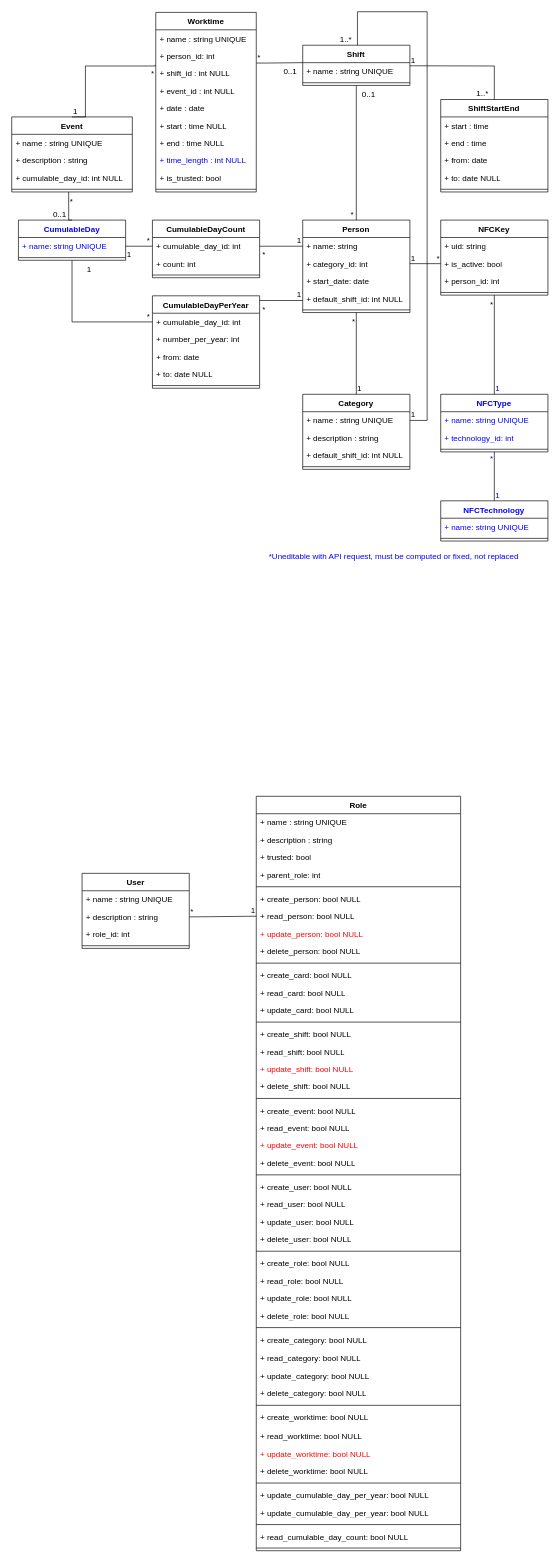
Before: TimeManagerMLD.drawio in FrShao/TimeManager, a draw.io diagram. Source tidied: cells renumbered, new cells numbered last; positions are measured from the earlier drawing's top-left corner, leaving out a move shared by most shapes. Both pictures are drawn from the tidied source at 67%, with x=0, y=0 at pixel (11, 11).
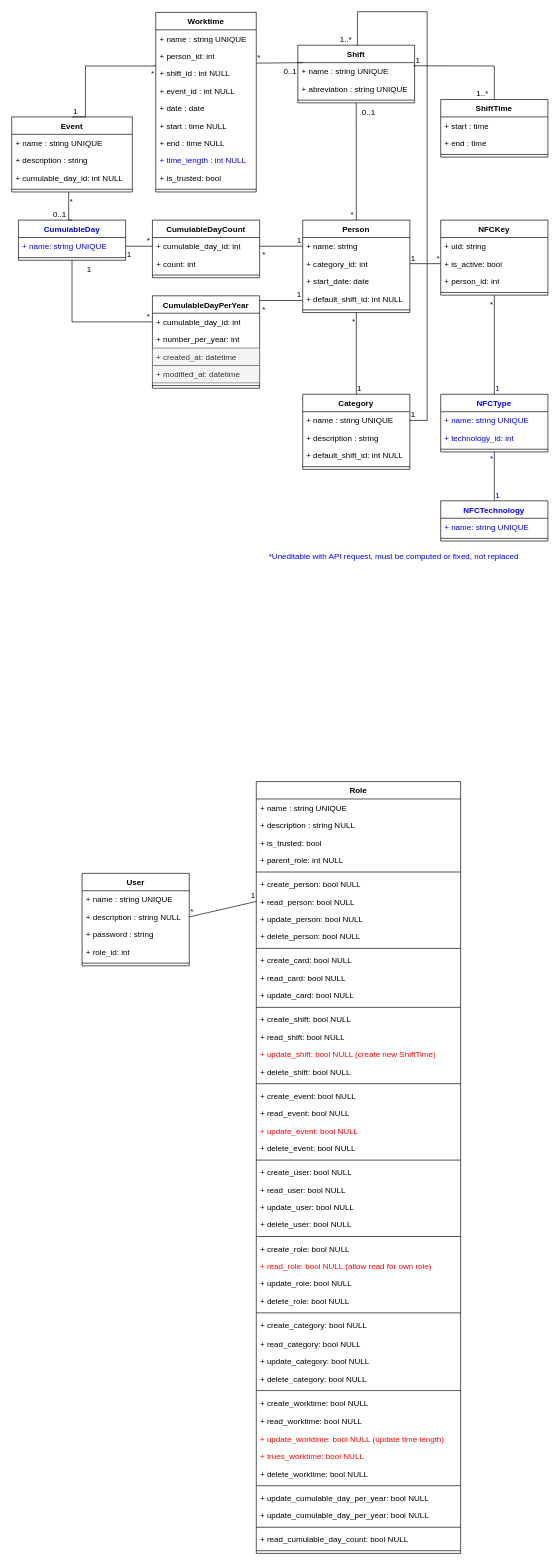
Above is the later version.

Commit message:
Mettre à jour TimeManagerMLD.drawio

Unchanged cells that the change refers to:
```xml
<mxCell id="127" value="CumulableDayPerYear" style="swimlane;fontStyle=1;align=center;verticalAlign=top;horizontal=1;startSize=26;whiteSpace=wrap;html=1;" parent="1" vertex="1">
  <mxGeometry x="210" y="424" width="160" height="138" as="geometry" />
</mxCell>
```

Diff of the diagram source:
```diff
@@
     <mxCell id="13" value="Role" style="swimlane;fontStyle=1;align=center;verticalAlign=top;horizontal=1;startSize=26;whiteSpace=wrap;html=1;" parent="1" vertex="1">
-      <mxGeometry x="365" y="1171" width="305" height="1126" as="geometry" />
+      <mxGeometry x="365" y="1149" width="305" height="1152" as="geometry" />
     </mxCell>
@@
-    <mxCell id="15" value="+ description : string" style="text;strokeColor=none;fillColor=none;align=left;verticalAlign=top;spacingLeft=4;spacingRight=4;overflow=hidden;whiteSpace=wrap;html=1;" parent="13" vertex="1">
+    <mxCell id="15" value="+ description : string NULL" style="text;strokeColor=none;fillColor=none;align=left;verticalAlign=top;spacingLeft=4;spacingRight=4;overflow=hidden;whiteSpace=wrap;html=1;" parent="13" vertex="1">
       <mxGeometry y="52" width="305" height="26" as="geometry" />
     </mxCell>
-    <mxCell id="16" value="+ trusted: bool" style="text;strokeColor=none;fillColor=none;align=left;verticalAlign=top;spacingLeft=4;spacingRight=4;overflow=hidden;whiteSpace=wrap;html=1;" parent="13" vertex="1">
+    <mxCell id="16" value="+ is_trusted: bool" style="text;strokeColor=none;fillColor=none;align=left;verticalAlign=top;spacingLeft=4;spacingRight=4;overflow=hidden;whiteSpace=wrap;html=1;" parent="13" vertex="1">
       <mxGeometry y="78" width="305" height="26" as="geometry" />
     </mxCell>
-    <mxCell id="17" value="+ parent_role: int" style="text;strokeColor=none;fillColor=none;align=left;verticalAlign=top;spacingLeft=4;spacingRight=4;overflow=hidden;whiteSpace=wrap;html=1;" parent="13" vertex="1">
+    <mxCell id="17" value="+ parent_role: int NULL" style="text;strokeColor=none;fillColor=none;align=left;verticalAlign=top;spacingLeft=4;spacingRight=4;overflow=hidden;whiteSpace=wrap;html=1;" parent="13" vertex="1">
       <mxGeometry y="104" width="305" height="26" as="geometry" />
     </mxCell>
@@
-    <mxCell id="21" value="+ update_person: bool&amp;nbsp;NULL" style="text;strokeColor=none;fillColor=none;align=left;verticalAlign=top;spacingLeft=4;spacingRight=4;overflow=hidden;whiteSpace=wrap;html=1;fontColor=#FF0000;" parent="13" vertex="1">
+    <mxCell id="21" value="&lt;font color=&quot;#000000&quot;&gt;+ update_person: bool&amp;nbsp;NULL&lt;/font&gt;" style="text;strokeColor=none;fillColor=none;align=left;verticalAlign=top;spacingLeft=4;spacingRight=4;overflow=hidden;whiteSpace=wrap;html=1;fontColor=#FF0000;" parent="13" vertex="1">
       <mxGeometry y="192" width="305" height="26" as="geometry" />
     </mxCell>
@@
-    <mxCell id="30" value="+ update_shift: bool&amp;nbsp;NULL" style="text;strokeColor=none;fillColor=none;align=left;verticalAlign=top;spacingLeft=4;spacingRight=4;overflow=hidden;whiteSpace=wrap;html=1;fontColor=#FF0000;" parent="13" vertex="1">
+    <mxCell id="30" value="+ update_shift: bool&amp;nbsp;NULL (create new ShiftTime)" style="text;strokeColor=none;fillColor=none;align=left;verticalAlign=top;spacingLeft=4;spacingRight=4;overflow=hidden;whiteSpace=wrap;html=1;fontColor=#FF0000;" parent="13" vertex="1">
       <mxGeometry y="394" width="305" height="26" as="geometry" />
     </mxCell>
@@
-    <mxCell id="44" value="+ read_role: bool&amp;nbsp;NULL" style="text;strokeColor=none;fillColor=none;align=left;verticalAlign=top;spacingLeft=4;spacingRight=4;overflow=hidden;whiteSpace=wrap;html=1;" parent="13" vertex="1">
+    <mxCell id="44" value="+ read_role: bool&amp;nbsp;NULL (allow read for own role)" style="text;strokeColor=none;fillColor=none;align=left;verticalAlign=top;spacingLeft=4;spacingRight=4;overflow=hidden;whiteSpace=wrap;html=1;fontColor=#FF0000;" parent="13" vertex="1">
       <mxGeometry y="710" width="305" height="26" as="geometry" />
     </mxCell>
@@
-    <mxCell id="55" value="+ update_worktime: bool&amp;nbsp;NULL" style="text;strokeColor=none;fillColor=none;align=left;verticalAlign=top;spacingLeft=4;spacingRight=4;overflow=hidden;whiteSpace=wrap;html=1;fontColor=#FF0000;" parent="13" vertex="1">
+    <mxCell id="55" value="+ update_worktime: bool&amp;nbsp;NULL (update time length)" style="text;strokeColor=none;fillColor=none;align=left;verticalAlign=top;spacingLeft=4;spacingRight=4;overflow=hidden;whiteSpace=wrap;html=1;fontColor=#FF0000;" parent="13" vertex="1">
       <mxGeometry y="968" width="305" height="26" as="geometry" />
     </mxCell>
+    <mxCell id="164" value="+ trues_worktime: bool&amp;nbsp;NULL" style="text;strokeColor=none;fillColor=none;align=left;verticalAlign=top;spacingLeft=4;spacingRight=4;overflow=hidden;whiteSpace=wrap;html=1;fontColor=#FF0000;" parent="13" vertex="1">
+      <mxGeometry y="994" width="305" height="26" as="geometry" />
+    </mxCell>
     <mxCell id="56" value="+ delete_worktime: bool&amp;nbsp;NULL" style="text;strokeColor=none;fillColor=none;align=left;verticalAlign=top;spacingLeft=4;spacingRight=4;overflow=hidden;whiteSpace=wrap;html=1;" parent="13" vertex="1">
-      <mxGeometry y="994" width="305" height="26" as="geometry" />
+      <mxGeometry y="1020" width="305" height="26" as="geometry" />
     </mxCell>
     <mxCell id="57" style="line;strokeWidth=1;dashed=0;labelPosition=right;align=left;verticalAlign=middle;spacingTop=0;spacingLeft=6;" parent="13" vertex="1">
-      <mxGeometry y="1020" width="305" height="10" as="geometry" />
+      <mxGeometry y="1046" width="305" height="10" as="geometry" />
     </mxCell>
     <mxCell id="58" value="+ update_cumulable_day_per_year: bool&amp;nbsp;NULL" style="text;strokeColor=none;fillColor=none;align=left;verticalAlign=top;spacingLeft=4;spacingRight=4;overflow=hidden;whiteSpace=wrap;html=1;fontColor=#000000;" parent="13" vertex="1">
-      <mxGeometry y="1030" width="305" height="26" as="geometry" />
+      <mxGeometry y="1056" width="305" height="26" as="geometry" />
     </mxCell>
     <mxCell id="59" value="+ update_cumulable_day_per_year: bool&amp;nbsp;NULL" style="text;strokeColor=none;fillColor=none;align=left;verticalAlign=top;spacingLeft=4;spacingRight=4;overflow=hidden;whiteSpace=wrap;html=1;fontColor=#000000;" parent="13" vertex="1">
-      <mxGeometry y="1056" width="305" height="26" as="geometry" />
+      <mxGeometry y="1082" width="305" height="26" as="geometry" />
     </mxCell>
     <mxCell id="60" style="line;strokeWidth=1;dashed=0;labelPosition=right;align=left;verticalAlign=middle;spacingTop=0;spacingLeft=6;" parent="13" vertex="1">
-      <mxGeometry y="1082" width="305" height="10" as="geometry" />
+      <mxGeometry y="1108" width="305" height="10" as="geometry" />
     </mxCell>
     <mxCell id="61" value="+ read_cumulable_day_count: bool&amp;nbsp;NULL" style="text;strokeColor=none;fillColor=none;align=left;verticalAlign=top;spacingLeft=4;spacingRight=4;overflow=hidden;whiteSpace=wrap;html=1;" parent="13" vertex="1">
-      <mxGeometry y="1092" width="305" height="26" as="geometry" />
+      <mxGeometry y="1118" width="305" height="26" as="geometry" />
     </mxCell>
     <mxCell id="62" style="line;strokeWidth=1;fillColor=none;align=left;verticalAlign=middle;spacingTop=-1;spacingLeft=3;spacingRight=3;labelPosition=right;strokeColor=inherit;" parent="13" vertex="1">
-      <mxGeometry y="1118" width="305" height="8" as="geometry" />
+      <mxGeometry y="1144" width="305" height="8" as="geometry" />
     </mxCell>
@@
     <mxCell id="79" value="Shift" style="swimlane;fontStyle=1;align=center;verticalAlign=top;horizontal=1;startSize=26;whiteSpace=wrap;html=1;" parent="1" vertex="1">
-      <mxGeometry x="434.3" y="50" width="160" height="60" as="geometry" />
+      <mxGeometry x="427" y="50" width="174.3" height="86" as="geometry" />
     </mxCell>
     <mxCell id="80" value="+ name : string UNIQUE" style="text;strokeColor=none;fillColor=none;align=left;verticalAlign=top;spacingLeft=4;spacingRight=4;overflow=hidden;points=[[0,0.5],[1,0.5]];portConstraint=eastwest;whiteSpace=wrap;html=1;" parent="79" vertex="1">
-      <mxGeometry y="26" width="160" height="26" as="geometry" />
+      <mxGeometry y="26" width="174.3" height="26" as="geometry" />
     </mxCell>
+    <mxCell id="165" value="+ abreviation : string UNIQUE" style="text;strokeColor=none;fillColor=none;align=left;verticalAlign=top;spacingLeft=4;spacingRight=4;overflow=hidden;whiteSpace=wrap;html=1;" parent="79" vertex="1">
+      <mxGeometry y="52" width="174.3" height="26" as="geometry" />
+    </mxCell>
     <mxCell id="81" style="line;strokeWidth=1;fillColor=none;align=left;verticalAlign=middle;spacingTop=-1;spacingLeft=3;spacingRight=3;labelPosition=right;strokeColor=inherit;" parent="79" vertex="1">
-      <mxGeometry y="52" width="160" height="8" as="geometry" />
+      <mxGeometry y="78" width="174.3" height="8" as="geometry" />
     </mxCell>
@@
     <mxCell id="85" value="User" style="swimlane;fontStyle=1;align=center;verticalAlign=top;horizontal=1;startSize=26;whiteSpace=wrap;html=1;" parent="1" vertex="1">
-      <mxGeometry x="105" y="1286" width="160" height="112" as="geometry" />
+      <mxGeometry x="105" y="1286" width="160" height="138" as="geometry" />
     </mxCell>
@@
-    <mxCell id="87" value="+ description : string" style="text;strokeColor=none;fillColor=none;align=left;verticalAlign=top;spacingLeft=4;spacingRight=4;overflow=hidden;points=[[0,0.5],[1,0.5]];portConstraint=eastwest;whiteSpace=wrap;html=1;" parent="85" vertex="1">
+    <mxCell id="87" value="+ description : string NULL" style="text;strokeColor=none;fillColor=none;align=left;verticalAlign=top;spacingLeft=4;spacingRight=4;overflow=hidden;points=[[0,0.5],[1,0.5]];portConstraint=eastwest;whiteSpace=wrap;html=1;" parent="85" vertex="1">
       <mxGeometry y="52" width="160" height="26" as="geometry" />
     </mxCell>
+    <mxCell id="166" value="+ password : string" style="text;strokeColor=none;fillColor=none;align=left;verticalAlign=top;spacingLeft=4;spacingRight=4;overflow=hidden;whiteSpace=wrap;html=1;" parent="85" vertex="1">
+      <mxGeometry y="78" width="160" height="26" as="geometry" />
+    </mxCell>
     <mxCell id="88" value="+ role_id: int" style="text;strokeColor=none;fillColor=none;align=left;verticalAlign=top;spacingLeft=4;spacingRight=4;overflow=hidden;whiteSpace=wrap;html=1;" parent="85" vertex="1">
-      <mxGeometry y="78" width="160" height="26" as="geometry" />
+      <mxGeometry y="104" width="160" height="26" as="geometry" />
     </mxCell>
     <mxCell id="89" style="line;strokeWidth=1;fillColor=none;align=left;verticalAlign=middle;spacingTop=-1;spacingLeft=3;spacingRight=3;labelPosition=right;strokeColor=inherit;" parent="85" vertex="1">
-      <mxGeometry y="104" width="160" height="8" as="geometry" />
+      <mxGeometry y="130" width="160" height="8" as="geometry" />
     </mxCell>
@@
-    <mxCell id="130" value="+ from: date" style="text;strokeColor=none;fillColor=none;align=left;verticalAlign=top;spacingLeft=4;spacingRight=4;overflow=hidden;whiteSpace=wrap;html=1;" parent="127" vertex="1">
-      <mxGeometry y="78" width="160" height="26" as="geometry" />
-    </mxCell>
-    <mxCell id="131" value="+ to: date NULL" style="text;strokeColor=none;fillColor=none;align=left;verticalAlign=top;spacingLeft=4;spacingRight=4;overflow=hidden;whiteSpace=wrap;html=1;" parent="127" vertex="1">
-      <mxGeometry y="104" width="160" height="26" as="geometry" />
-    </mxCell>
+    <mxCell id="155" value="+ created_at: datetime" style="text;strokeColor=#666666;fillColor=#f5f5f5;align=left;verticalAlign=top;spacingLeft=4;spacingRight=4;overflow=hidden;whiteSpace=wrap;html=1;fontColor=#333333;" parent="127" vertex="1">
+      <mxGeometry y="78" width="160" height="26" as="geometry" />
+    </mxCell>
+    <mxCell id="156" value="+ modified_at: datetime" style="text;strokeColor=#666666;fillColor=#f5f5f5;align=left;verticalAlign=top;spacingLeft=4;spacingRight=4;overflow=hidden;whiteSpace=wrap;html=1;fontColor=#333333;" parent="127" vertex="1">
+      <mxGeometry y="104" width="160" height="26" as="geometry" />
+    </mxCell>
@@
-    <mxCell id="152" value="ShiftStartEnd" style="swimlane;fontStyle=1;align=center;verticalAlign=top;horizontal=1;startSize=26;whiteSpace=wrap;html=1;" parent="1" vertex="1">
-      <mxGeometry x="640.3" y="131" width="160" height="138" as="geometry" />
+    <mxCell id="152" value="ShiftTime" style="swimlane;fontStyle=1;align=center;verticalAlign=top;horizontal=1;startSize=26;whiteSpace=wrap;html=1;" parent="1" vertex="1">
+      <mxGeometry x="640.3" y="131" width="160" height="86" as="geometry" />
     </mxCell>
@@
-    <mxCell id="155" value="+ from: date" style="text;strokeColor=none;fillColor=none;align=left;verticalAlign=top;spacingLeft=4;spacingRight=4;overflow=hidden;whiteSpace=wrap;html=1;" parent="152" vertex="1">
-      <mxGeometry y="78" width="160" height="26" as="geometry" />
-    </mxCell>
-    <mxCell id="156" value="+ to: date NULL" style="text;strokeColor=none;fillColor=none;align=left;verticalAlign=top;spacingLeft=4;spacingRight=4;overflow=hidden;whiteSpace=wrap;html=1;" parent="152" vertex="1">
-      <mxGeometry y="104" width="160" height="26" as="geometry" />
-    </mxCell>
     <mxCell id="157" style="line;strokeWidth=1;fillColor=none;align=left;verticalAlign=middle;spacingTop=-1;spacingLeft=3;spacingRight=3;labelPosition=right;strokeColor=inherit;" parent="152" vertex="1">
-      <mxGeometry y="130" width="160" height="8" as="geometry" />
+      <mxGeometry y="78" width="160" height="8" as="geometry" />
     </mxCell>
```
